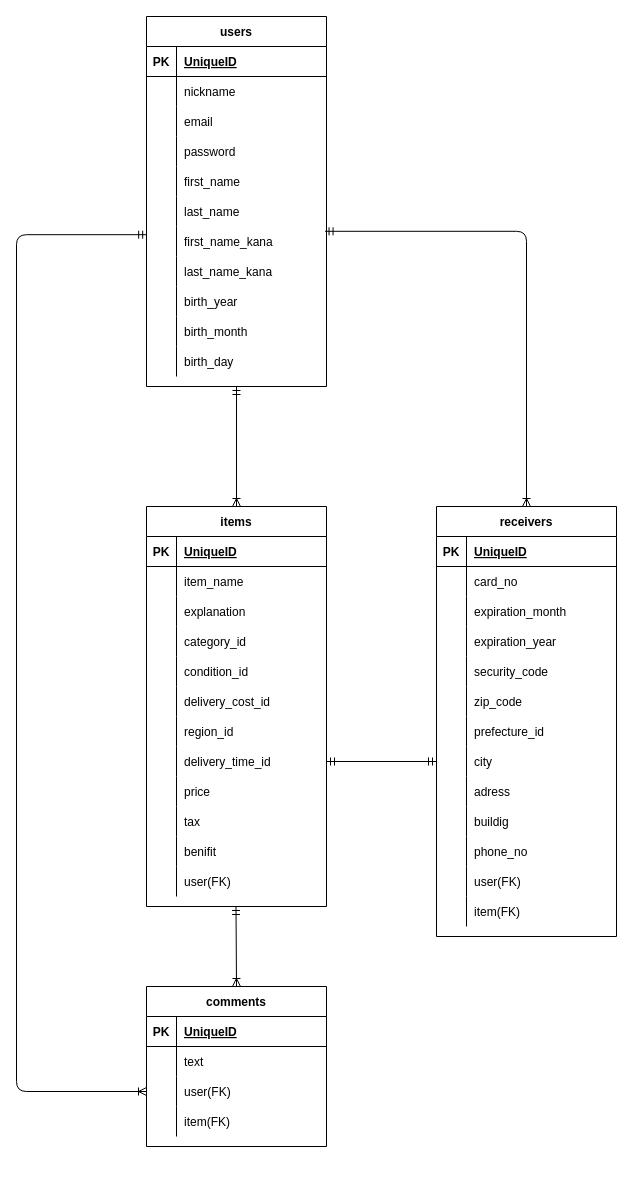
This is database.dio from mmhm416/furima-34328, a draw.io file, before an edit. Source tidied: cells renumbered, new cells numbered last; positions are measured from the earlier drawing's top-left corner, leaving out a move shared by most shapes. Both pictures are drawn from the tidied source at 100%, with x=0, y=0 at pixel (16, 16).
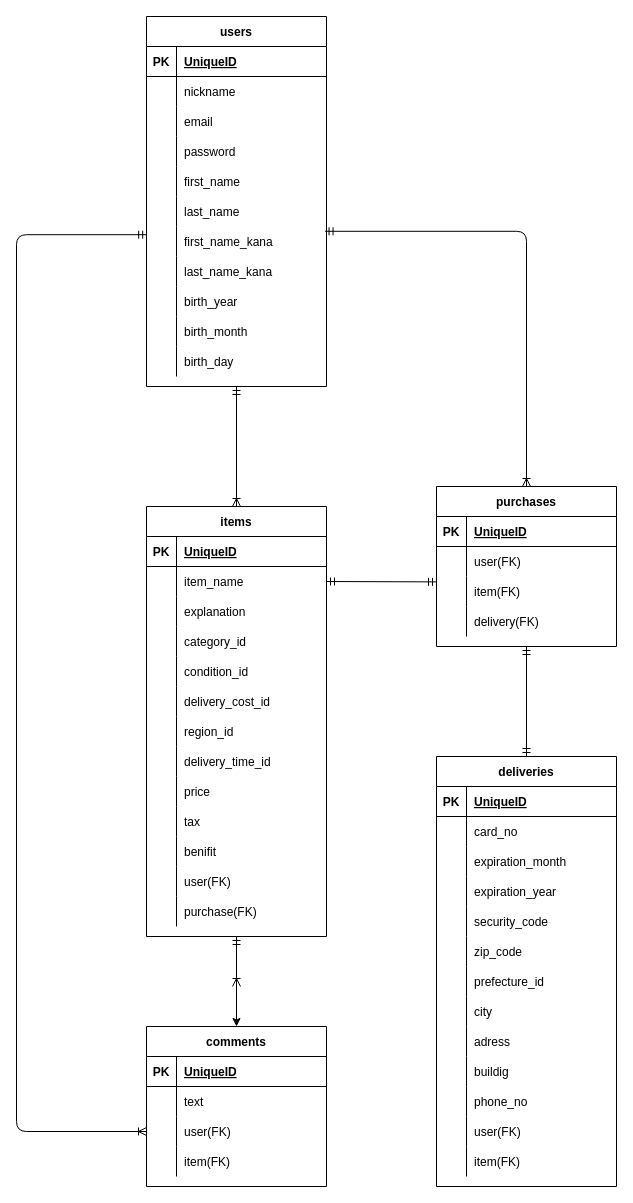
After the change.

Commit message (it also covers changes not shown here):
データベース設計変更、カラム修正

The change refers to these unchanged cells:
```xml
<mxCell id="21" style="shape=partialRectangle;fillColor=none;top=0;left=0;bottom=0;right=0;points=[[0,0.5],[1,0.5]];portConstraint=eastwest;" parent="2" vertex="1">
  <mxGeometry y="210" width="180" height="30" as="geometry" />
</mxCell>
<mxCell id="40" style="shape=partialRectangle;fillColor=none;top=0;left=0;bottom=0;right=0;points=[[0,0.5],[1,0.5]];portConstraint=eastwest;" parent="36" vertex="1">
  <mxGeometry y="60" width="180" height="30" as="geometry" />
</mxCell>
<mxCell id="58" style="shape=partialRectangle;fillColor=none;top=0;left=0;bottom=0;right=0;points=[[0,0.5],[1,0.5]];portConstraint=eastwest;" parent="36" vertex="1">
  <mxGeometry y="240" width="180" height="30" as="geometry" />
</mxCell>
<mxCell id="80" style="shape=partialRectangle;fillColor=none;top=0;left=0;bottom=0;right=0;points=[[0,0.5],[1,0.5]];portConstraint=eastwest;" parent="73" vertex="1">
  <mxGeometry y="90" width="180" height="30" as="geometry" />
</mxCell>
<mxCell id="108" style="shape=partialRectangle;fillColor=none;top=0;left=0;bottom=0;right=0;points=[[0,0.5],[1,0.5]];portConstraint=eastwest;" parent="86" vertex="1">
  <mxGeometry y="240" width="180" height="30" as="geometry" />
</mxCell>
```

Change to the diagram source:
```diff
@@
+    <mxCell id="131" style="edgeStyle=orthogonalEdgeStyle;rounded=0;jettySize=auto;html=1;entryX=0.5;entryY=0;entryDx=0;entryDy=0;" parent="1" edge="1" source="36" target="73">
+      <mxGeometry relative="1" as="geometry" />
+    </mxCell>
     <mxCell id="36" value="items" style="shape=table;startSize=30;childLayout=tableLayout;rowLines=0;fontStyle=1;align=center;fillColor=none;" parent="1" vertex="1">
-      <mxGeometry x="130" y="490" width="180" height="400" as="geometry" />
+      <mxGeometry x="130" y="490" width="180" height="430" as="geometry" />
     </mxCell>
@@
+    <mxCell id="132" style="shape=partialRectangle;fillColor=none;top=0;left=0;bottom=0;right=0;" parent="36" vertex="1">
+      <mxGeometry y="390" width="180" height="30" as="geometry" />
+    </mxCell>
+    <mxCell id="133" style="shape=partialRectangle;fillColor=none;top=0;left=0;bottom=0;right=0;overflow=hidden;" parent="132" vertex="1">
+      <mxGeometry width="30" height="30" as="geometry" />
+    </mxCell>
+    <mxCell id="134" value="purchase(FK)" style="shape=partialRectangle;fillColor=none;top=0;left=0;bottom=0;right=0;align=left;spacingLeft=6;overflow=hidden;" parent="132" vertex="1">
+      <mxGeometry x="30" width="150" height="30" as="geometry" />
+    </mxCell>
     <mxCell id="73" value="comments" style="shape=table;startSize=30;childLayout=tableLayout;rowLines=0;fontStyle=1;align=center;" parent="1" vertex="1">
-      <mxGeometry x="130" y="970" width="180" height="160" as="geometry" />
+      <mxGeometry x="130" y="1010" width="180" height="160" as="geometry" />
     </mxCell>
@@
-    <mxCell id="86" value="receivers" style="shape=table;startSize=30;childLayout=tableLayout;rowLines=0;fontStyle=1;align=center;" parent="1" vertex="1">
-      <mxGeometry x="420" y="490" width="180" height="430" as="geometry" />
+    <mxCell id="86" value="deliveries" style="shape=table;startSize=30;childLayout=tableLayout;rowLines=0;fontStyle=1;align=center;" parent="1" vertex="1">
+      <mxGeometry x="420" y="740" width="180" height="430" as="geometry" />
     </mxCell>
@@
-    <mxCell id="127" style="fontSize=12;html=1;endArrow=ERoneToMany;startArrow=ERmandOne;entryX=0.5;entryY=0;entryDx=0;entryDy=0;exitX=0.992;exitY=0.16;exitDx=0;exitDy=0;exitPerimeter=0;edgeStyle=orthogonalEdgeStyle;" parent="1" edge="1" source="21" target="86">
+    <mxCell id="127" style="fontSize=12;html=1;endArrow=ERoneToMany;startArrow=ERmandOne;exitX=0.992;exitY=0.16;exitDx=0;exitDy=0;exitPerimeter=0;edgeStyle=orthogonalEdgeStyle;entryX=0.5;entryY=0;entryDx=0;entryDy=0;" parent="1" edge="1" source="21" target="135">
       <mxGeometry relative="1" as="geometry" />
     </mxCell>
-    <mxCell id="128" style="fontSize=12;html=1;endArrow=ERmandOne;startArrow=ERmandOne;entryX=0;entryY=0.5;entryDx=0;entryDy=0;exitX=1;exitY=0.5;exitDx=0;exitDy=0;" parent="1" edge="1" source="58" target="108">
+    <mxCell id="128" style="fontSize=12;html=1;endArrow=ERmandOne;startArrow=ERmandOne;exitX=1;exitY=0.5;exitDx=0;exitDy=0;entryX=0;entryY=0.18;entryDx=0;entryDy=0;entryPerimeter=0;" parent="1" edge="1" source="40" target="142">
       <mxGeometry relative="1" as="geometry" />
     </mxCell>
     <mxCell id="129" style="fontSize=12;html=1;endArrow=ERoneToMany;startArrow=ERmandOne;exitX=0.001;exitY=0.273;exitDx=0;exitDy=0;exitPerimeter=0;edgeStyle=orthogonalEdgeStyle;entryX=0;entryY=0.5;entryDx=0;entryDy=0;" parent="1" edge="1" source="21" target="80">
       <mxGeometry relative="1" as="geometry">
         <Array as="points">
           <mxPoint y="218" />
-          <mxPoint y="1075" />
+          <mxPoint y="1115" />
         </Array>
       </mxGeometry>
     </mxCell>
-    <mxCell id="130" style="fontSize=12;html=1;endArrow=ERoneToMany;startArrow=ERmandOne;exitX=0.5;exitY=1;exitDx=0;exitDy=0;" parent="1" edge="1">
+    <mxCell id="130" style="fontSize=12;html=1;endArrow=ERoneToMany;startArrow=ERmandOne;exitX=0.5;exitY=1;exitDx=0;exitDy=0;" parent="1" edge="1" source="36">
       <mxGeometry relative="1" as="geometry">
-        <mxPoint x="219.5" y="890" as="sourcePoint" />
         <mxPoint x="220" y="970" as="targetPoint" />
       </mxGeometry>
     </mxCell>
+    <mxCell id="135" value="purchases" style="shape=table;startSize=30;childLayout=tableLayout;rowLines=0;fontStyle=1;align=center;" parent="1" vertex="1">
+      <mxGeometry x="420" y="470" width="180" height="160" as="geometry" />
+    </mxCell>
+    <mxCell id="136" style="shape=partialRectangle;fillColor=none;top=0;left=0;bottom=1;right=0;" parent="135" vertex="1">
+      <mxGeometry y="30" width="180" height="30" as="geometry" />
+    </mxCell>
+    <mxCell id="137" value="PK" style="shape=partialRectangle;fillColor=none;top=0;left=0;bottom=0;right=0;fontStyle=1;overflow=hidden;" parent="136" vertex="1">
+      <mxGeometry width="30" height="30" as="geometry" />
+    </mxCell>
+    <mxCell id="138" value="UniqueID" style="shape=partialRectangle;fillColor=none;top=0;left=0;bottom=0;right=0;align=left;spacingLeft=6;fontStyle=5;overflow=hidden;" parent="136" vertex="1">
+      <mxGeometry x="30" width="150" height="30" as="geometry" />
+    </mxCell>
+    <mxCell id="139" style="shape=partialRectangle;fillColor=none;top=0;left=0;bottom=0;right=0;" parent="135" vertex="1">
+      <mxGeometry y="60" width="180" height="30" as="geometry" />
+    </mxCell>
+    <mxCell id="140" style="shape=partialRectangle;fillColor=none;top=0;left=0;bottom=0;right=0;overflow=hidden;" parent="139" vertex="1">
+      <mxGeometry width="30" height="30" as="geometry" />
+    </mxCell>
+    <mxCell id="141" value="user(FK)" style="shape=partialRectangle;fillColor=none;top=0;left=0;bottom=0;right=0;align=left;spacingLeft=6;overflow=hidden;" parent="139" vertex="1">
+      <mxGeometry x="30" width="150" height="30" as="geometry" />
+    </mxCell>
+    <mxCell id="142" style="shape=partialRectangle;fillColor=none;top=0;left=0;bottom=0;right=0;points=[[0,0.5],[1,0.5]];portConstraint=eastwest;" parent="135" vertex="1">
+      <mxGeometry y="90" width="180" height="30" as="geometry" />
+    </mxCell>
+    <mxCell id="143" style="shape=partialRectangle;fillColor=none;top=0;left=0;bottom=0;right=0;overflow=hidden;" parent="142" vertex="1">
+      <mxGeometry width="30" height="30" as="geometry" />
+    </mxCell>
+    <mxCell id="144" value="item(FK)" style="shape=partialRectangle;fillColor=none;top=0;left=0;bottom=0;right=0;align=left;spacingLeft=6;overflow=hidden;" parent="142" vertex="1">
+      <mxGeometry x="30" width="150" height="30" as="geometry" />
+    </mxCell>
+    <mxCell id="145" style="shape=partialRectangle;fillColor=none;top=0;left=0;bottom=0;right=0;" parent="135" vertex="1">
+      <mxGeometry y="120" width="180" height="30" as="geometry" />
+    </mxCell>
+    <mxCell id="146" style="shape=partialRectangle;fillColor=none;top=0;left=0;bottom=0;right=0;overflow=hidden;" parent="145" vertex="1">
+      <mxGeometry width="30" height="30" as="geometry" />
+    </mxCell>
+    <mxCell id="147" value="delivery(FK)" style="shape=partialRectangle;fillColor=none;top=0;left=0;bottom=0;right=0;align=left;spacingLeft=6;overflow=hidden;" parent="145" vertex="1">
+      <mxGeometry x="30" width="150" height="30" as="geometry" />
+    </mxCell>
+    <mxCell id="148" style="fontSize=12;html=1;endArrow=ERmandOne;startArrow=ERmandOne;exitX=0.5;exitY=0;exitDx=0;exitDy=0;entryX=0.5;entryY=1;entryDx=0;entryDy=0;" parent="1" edge="1" source="86" target="135">
+      <mxGeometry relative="1" as="geometry" />
+    </mxCell>
```
